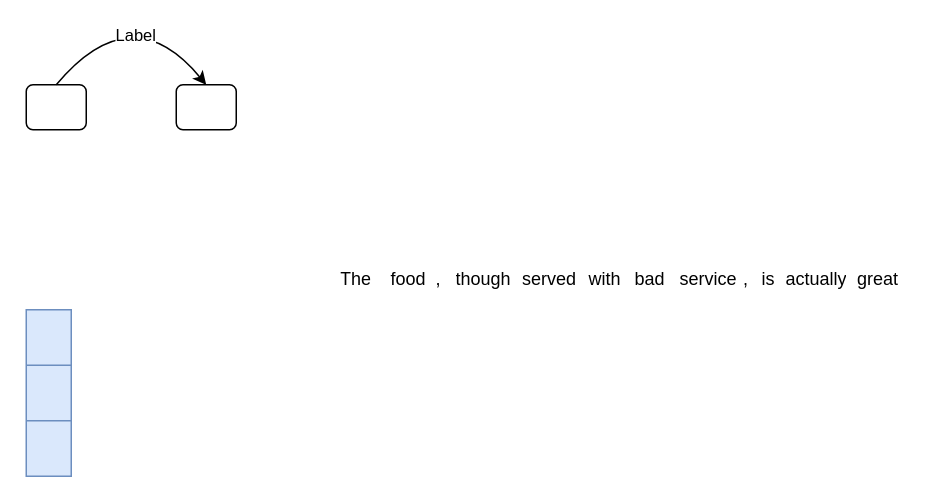
Before: Untitled Diagram.drawio in zhaicao/images, a draw.io diagram. Source tidied: cells renumbered, new cells numbered last; positions are measured from the earlier drawing's top-left corner, leaving out a move shared by most shapes. Both pictures are drawn from the tidied source at 150%, with x=0, y=0 at pixel (26, -6).
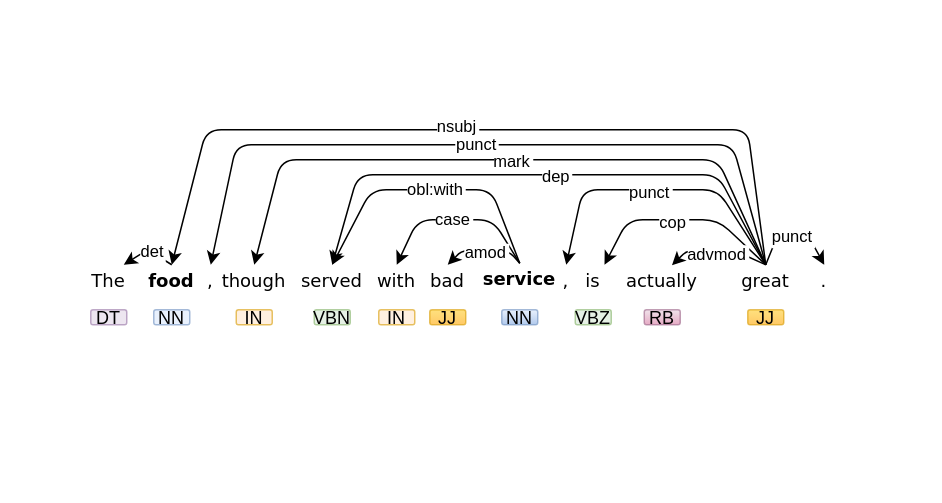
Above is the later version.

Diff of the diagram source:
```diff
@@
-    <mxCell id="2" style="rounded=1;whiteSpace=wrap;html=1;" parent="1" vertex="1">
-      <mxGeometry y="60" width="40" height="30" as="geometry" />
-    </mxCell>
-    <mxCell id="3" style="rounded=1;whiteSpace=wrap;html=1;" parent="1" vertex="1">
-      <mxGeometry x="100" y="60" width="40" height="30" as="geometry" />
-    </mxCell>
-    <mxCell id="4" style="endArrow=classic;html=1;exitX=0.5;exitY=0;exitDx=0;exitDy=0;curved=1;entryX=0.5;entryY=0;entryDx=0;entryDy=0;" parent="1" edge="1" source="2" target="3">
-      <mxGeometry relative="1" as="geometry">
-        <Array as="points">
-          <mxPoint x="70" />
-        </Array>
-      </mxGeometry>
-    </mxCell>
-    <mxCell id="5" value="Label" style="edgeLabel;html=1;align=center;verticalAlign=middle;" parent="4" vertex="1">
-      <mxGeometry relative="1" as="geometry">
-        <mxPoint x="3" y="27" as="offset" />
-      </mxGeometry>
-    </mxCell>
-    <mxCell id="6" style="shape=table;startSize=0;childLayout=tableLayout;fontSize=16;fillColor=#dae8fc;strokeColor=#6c8ebf;" parent="1" vertex="1">
-      <mxGeometry y="210" width="30" height="111" as="geometry" />
-    </mxCell>
-    <mxCell id="7" style="shape=tableRow;horizontal=0;startSize=0;swimlaneHead=0;swimlaneBody=0;strokeColor=inherit;top=0;left=0;bottom=0;right=0;fillColor=none;fontSize=16;" parent="6" vertex="1">
-      <mxGeometry width="30" height="37" as="geometry" />
-    </mxCell>
-    <mxCell id="8" style="shape=partialRectangle;html=1;whiteSpace=wrap;strokeColor=inherit;overflow=hidden;fillColor=none;top=0;left=0;bottom=0;right=0;fontSize=16;" parent="7" vertex="1">
-      <mxGeometry width="30" height="37" as="geometry" />
-    </mxCell>
-    <mxCell id="9" style="shape=tableRow;horizontal=0;startSize=0;swimlaneHead=0;swimlaneBody=0;strokeColor=inherit;top=0;left=0;bottom=0;right=0;fillColor=none;fontSize=16;" parent="6" vertex="1">
-      <mxGeometry y="37" width="30" height="37" as="geometry" />
-    </mxCell>
-    <mxCell id="10" style="shape=partialRectangle;html=1;whiteSpace=wrap;strokeColor=inherit;overflow=hidden;fillColor=none;top=0;left=0;bottom=0;right=0;fontSize=16;" parent="9" vertex="1">
-      <mxGeometry width="30" height="37" as="geometry" />
-    </mxCell>
-    <mxCell id="11" style="shape=tableRow;horizontal=0;startSize=0;swimlaneHead=0;swimlaneBody=0;strokeColor=inherit;top=0;left=0;bottom=0;right=0;fillColor=none;fontSize=16;" parent="6" vertex="1">
-      <mxGeometry y="74" width="30" height="37" as="geometry" />
-    </mxCell>
-    <mxCell id="12" style="shape=partialRectangle;html=1;whiteSpace=wrap;strokeColor=inherit;overflow=hidden;fillColor=none;top=0;left=0;bottom=0;right=0;fontSize=16;" parent="11" vertex="1">
-      <mxGeometry width="30" height="37" as="geometry" />
-    </mxCell>
-    <mxCell id="13" value="The" style="text;html=1;strokeColor=none;fillColor=none;align=center;verticalAlign=middle;whiteSpace=wrap;overflow=hidden;" parent="1" vertex="1">
-      <mxGeometry x="200" y="180" width="40" height="20" as="geometry" />
+    <mxCell id="13" value="The" style="text;strokeColor=none;fillColor=none;align=center;verticalAlign=middle;overflow=hidden;fontFamily=Verdana;" parent="1" vertex="1">
+      <mxGeometry x="35" y="180" width="40" height="20" as="geometry" />
     </mxCell>
-    <mxCell id="14" value="food" style="text;html=1;strokeColor=none;fillColor=none;align=center;verticalAlign=middle;whiteSpace=wrap;overflow=hidden;" parent="1" vertex="1">
-      <mxGeometry x="230" y="180" width="50" height="20" as="geometry" />
+    <mxCell id="14" value="food" style="text;strokeColor=none;fillColor=none;align=center;verticalAlign=middle;overflow=hidden;fontFamily=Verdana;fontStyle=1;" parent="1" vertex="1">
+      <mxGeometry x="72" y="180" width="50" height="20" as="geometry" />
     </mxCell>
-    <mxCell id="15" value="though" style="text;html=1;strokeColor=none;fillColor=none;align=center;verticalAlign=middle;whiteSpace=wrap;overflow=hidden;" parent="1" vertex="1">
-      <mxGeometry x="280" y="180" width="50" height="20" as="geometry" />
+    <mxCell id="15" value="though" style="text;strokeColor=none;fillColor=none;align=center;verticalAlign=middle;overflow=hidden;fontFamily=Verdana;" parent="1" vertex="1">
+      <mxGeometry x="127" y="180" width="50" height="20" as="geometry" />
     </mxCell>
-    <mxCell id="16" value="served" style="text;html=1;strokeColor=none;fillColor=none;align=center;verticalAlign=middle;whiteSpace=wrap;overflow=hidden;" parent="1" vertex="1">
-      <mxGeometry x="324" y="180" width="50" height="20" as="geometry" />
+    <mxCell id="16" value="served" style="text;strokeColor=none;fillColor=none;align=center;verticalAlign=middle;overflow=hidden;fontFamily=Verdana;" parent="1" vertex="1">
+      <mxGeometry x="179" y="180" width="50" height="20" as="geometry" />
     </mxCell>
-    <mxCell id="17" value="with" style="text;html=1;strokeColor=none;fillColor=none;align=center;verticalAlign=middle;whiteSpace=wrap;overflow=hidden;" parent="1" vertex="1">
-      <mxGeometry x="361" y="180" width="50" height="20" as="geometry" />
+    <mxCell id="17" value="with" style="text;strokeColor=none;fillColor=none;align=center;verticalAlign=middle;overflow=hidden;fontFamily=Verdana;" parent="1" vertex="1">
+      <mxGeometry x="222" y="180" width="50" height="20" as="geometry" />
     </mxCell>
-    <mxCell id="18" value="bad" style="text;html=1;strokeColor=none;fillColor=none;align=center;verticalAlign=middle;whiteSpace=wrap;overflow=hidden;" parent="1" vertex="1">
-      <mxGeometry x="391" y="180" width="50" height="20" as="geometry" />
+    <mxCell id="18" value="bad" style="text;strokeColor=none;fillColor=none;align=center;verticalAlign=middle;overflow=hidden;fontFamily=Verdana;" parent="1" vertex="1">
+      <mxGeometry x="256" y="180" width="50" height="20" as="geometry" />
     </mxCell>
-    <mxCell id="19" value="service" style="text;html=1;strokeColor=none;fillColor=none;align=center;verticalAlign=middle;whiteSpace=wrap;overflow=hidden;" parent="1" vertex="1">
-      <mxGeometry x="430" y="180" width="50" height="20" as="geometry" />
+    <mxCell id="19" value="service" style="text;strokeColor=none;fillColor=none;align=center;verticalAlign=middle;overflow=hidden;fontFamily=Verdana;fontStyle=1;" parent="1" vertex="1">
+      <mxGeometry x="304" y="179" width="50" height="20" as="geometry" />
     </mxCell>
-    <mxCell id="20" value="is" style="text;html=1;strokeColor=none;fillColor=none;align=center;verticalAlign=middle;whiteSpace=wrap;overflow=hidden;" parent="1" vertex="1">
-      <mxGeometry x="480" y="180" width="30" height="20" as="geometry" />
+    <mxCell id="20" value="is" style="text;strokeColor=none;fillColor=none;align=center;verticalAlign=middle;overflow=hidden;fontFamily=Verdana;" parent="1" vertex="1">
+      <mxGeometry x="363" y="180" width="30" height="20" as="geometry" />
     </mxCell>
-    <mxCell id="21" value="actually" style="text;html=1;strokeColor=none;fillColor=none;align=center;verticalAlign=middle;whiteSpace=wrap;overflow=hidden;" parent="1" vertex="1">
-      <mxGeometry x="502" y="180" width="50" height="20" as="geometry" />
+    <mxCell id="21" value="actually" style="text;strokeColor=none;fillColor=none;align=center;verticalAlign=middle;overflow=hidden;fontFamily=Verdana;" parent="1" vertex="1">
+      <mxGeometry x="399" y="180" width="50" height="20" as="geometry" />
     </mxCell>
-    <mxCell id="22" value="great" style="text;html=1;strokeColor=none;fillColor=none;align=center;verticalAlign=middle;whiteSpace=wrap;overflow=hidden;" parent="1" vertex="1">
-      <mxGeometry x="543" y="180" width="50" height="20" as="geometry" />
+    <mxCell id="22" value="great" style="text;strokeColor=none;fillColor=none;align=center;verticalAlign=middle;overflow=hidden;fontFamily=Verdana;" parent="1" vertex="1">
+      <mxGeometry x="468" y="180" width="50" height="20" as="geometry" />
     </mxCell>
-    <mxCell id="23" value="," style="text;html=1;strokeColor=none;fillColor=none;align=center;verticalAlign=middle;whiteSpace=wrap;overflow=hidden;" parent="1" vertex="1">
-      <mxGeometry x="470" y="180" width="20" height="20" as="geometry" />
+    <mxCell id="23" value="," style="text;strokeColor=none;fillColor=none;align=center;verticalAlign=middle;overflow=hidden;fontFamily=Verdana;" parent="1" vertex="1">
+      <mxGeometry x="350" y="180" width="20" height="20" as="geometry" />
     </mxCell>
-    <mxCell id="24" value="," style="text;html=1;strokeColor=none;fillColor=none;align=center;verticalAlign=middle;whiteSpace=wrap;overflow=hidden;" parent="1" vertex="1">
-      <mxGeometry x="265" y="180" width="20" height="20" as="geometry" />
+    <mxCell id="24" value="," style="text;strokeColor=none;fillColor=none;align=center;verticalAlign=middle;overflow=hidden;fontFamily=Verdana;" parent="1" vertex="1">
+      <mxGeometry x="113" y="180" width="20" height="20" as="geometry" />
     </mxCell>
+    <mxCell id="25" value="." style="text;strokeColor=none;fillColor=none;align=center;verticalAlign=middle;overflow=hidden;fontFamily=Verdana;" parent="1" vertex="1">
+      <mxGeometry x="522" y="180" width="20" height="20" as="geometry" />
+    </mxCell>
+    <mxCell id="26" style="endArrow=classic;entryX=0.75;entryY=0;entryDx=0;entryDy=0;rounded=1;exitX=0.5;exitY=0;exitDx=0;exitDy=0;" parent="1" edge="1" source="14" target="13">
+      <mxGeometry relative="1" as="geometry">
+        <Array as="points">
+          <mxPoint x="81" y="170" />
+        </Array>
+      </mxGeometry>
+    </mxCell>
+    <mxCell id="27" value="det" style="edgeLabel;align=center;verticalAlign=middle;" parent="26" vertex="1">
+      <mxGeometry relative="1" as="geometry">
+        <mxPoint x="3" as="offset" />
+      </mxGeometry>
+    </mxCell>
+    <mxCell id="28" style="endArrow=classic;entryX=0.5;entryY=0;entryDx=0;entryDy=0;rounded=1;exitX=0.5;exitY=0;exitDx=0;exitDy=0;" parent="1" edge="1" source="22" target="14">
+      <mxGeometry relative="1" as="geometry">
+        <Array as="points">
+          <mxPoint x="481" y="90" />
+          <mxPoint x="281" y="90" />
+          <mxPoint x="120" y="90" />
+        </Array>
+      </mxGeometry>
+    </mxCell>
+    <mxCell id="29" value="nsubj" style="edgeLabel;align=center;verticalAlign=middle;" parent="28" vertex="1">
+      <mxGeometry relative="1" as="geometry">
+        <mxPoint x="-13" y="-3" as="offset" />
+      </mxGeometry>
+    </mxCell>
+    <mxCell id="30" style="endArrow=classic;rounded=1;exitX=0.5;exitY=0;exitDx=0;exitDy=0;entryX=0.5;entryY=0;entryDx=0;entryDy=0;" parent="1" edge="1" source="22" target="24">
+      <mxGeometry relative="1" as="geometry">
+        <Array as="points">
+          <mxPoint x="471" y="100" />
+          <mxPoint x="140" y="100" />
+        </Array>
+      </mxGeometry>
+    </mxCell>
+    <mxCell id="31" value="punct" style="edgeLabel;align=center;verticalAlign=middle;" parent="30" vertex="1">
+      <mxGeometry relative="1" as="geometry">
+        <mxPoint x="-6" y="-1" as="offset" />
+      </mxGeometry>
+    </mxCell>
+    <mxCell id="32" style="endArrow=classic;rounded=1;exitX=0.5;exitY=0;exitDx=0;exitDy=0;entryX=0.5;entryY=0;entryDx=0;entryDy=0;" parent="1" edge="1" source="22" target="15">
+      <mxGeometry relative="1" as="geometry">
+        <Array as="points">
+          <mxPoint x="461" y="110" />
+          <mxPoint x="170" y="110" />
+        </Array>
+      </mxGeometry>
+    </mxCell>
+    <mxCell id="33" style="endArrow=classic;rounded=1;exitX=0.5;exitY=0;exitDx=0;exitDy=0;entryX=0.5;entryY=0;entryDx=0;entryDy=0;" parent="1" edge="1" source="22" target="16">
+      <mxGeometry relative="1" as="geometry">
+        <Array as="points">
+          <mxPoint x="461" y="120" />
+          <mxPoint x="221" y="120" />
+        </Array>
+      </mxGeometry>
+    </mxCell>
+    <mxCell id="34" value="dep" style="edgeLabel;align=center;verticalAlign=middle;" parent="33" vertex="1">
+      <mxGeometry relative="1" as="geometry">
+        <mxPoint x="9" as="offset" />
+      </mxGeometry>
+    </mxCell>
+    <mxCell id="35" style="endArrow=classic;rounded=1;exitX=0.5;exitY=0;exitDx=0;exitDy=0;entryX=0.5;entryY=0;entryDx=0;entryDy=0;" parent="1" edge="1" source="19" target="16">
+      <mxGeometry relative="1" as="geometry">
+        <Array as="points">
+          <mxPoint x="310" y="130" />
+          <mxPoint x="281" y="130" />
+          <mxPoint x="230" y="130" />
+        </Array>
+      </mxGeometry>
+    </mxCell>
+    <mxCell id="36" value="obl:with" style="edgeLabel;align=center;verticalAlign=middle;" parent="35" vertex="1">
+      <mxGeometry relative="1" as="geometry">
+        <mxPoint x="4" y="-1" as="offset" />
+      </mxGeometry>
+    </mxCell>
+    <mxCell id="37" style="endArrow=classic;rounded=1;exitX=0.5;exitY=0;exitDx=0;exitDy=0;entryX=0.5;entryY=0;entryDx=0;entryDy=0;" parent="1" edge="1" source="19" target="17">
+      <mxGeometry relative="1" as="geometry">
+        <Array as="points">
+          <mxPoint x="311" y="150" />
+          <mxPoint x="261" y="150" />
+        </Array>
+      </mxGeometry>
+    </mxCell>
+    <mxCell id="38" value="case" style="edgeLabel;align=center;verticalAlign=middle;" parent="37" vertex="1">
+      <mxGeometry relative="1" as="geometry">
+        <mxPoint x="-2" y="-1" as="offset" />
+      </mxGeometry>
+    </mxCell>
+    <mxCell id="39" style="endArrow=classic;rounded=1;exitX=0.5;exitY=0;exitDx=0;exitDy=0;entryX=0.5;entryY=0;entryDx=0;entryDy=0;" parent="1" edge="1" source="19" target="18">
+      <mxGeometry relative="1" as="geometry">
+        <Array as="points">
+          <mxPoint x="321" y="170" />
+          <mxPoint x="291" y="170" />
+        </Array>
+      </mxGeometry>
+    </mxCell>
+    <mxCell id="40" value="amod" style="edgeLabel;align=center;verticalAlign=middle;" parent="39" vertex="1">
+      <mxGeometry relative="1" as="geometry">
+        <mxPoint x="1" y="1" as="offset" />
+      </mxGeometry>
+    </mxCell>
+    <mxCell id="41" style="endArrow=classic;rounded=1;exitX=0.5;exitY=0;exitDx=0;exitDy=0;entryX=0.5;entryY=0;entryDx=0;entryDy=0;" parent="1" edge="1" source="22" target="23">
+      <mxGeometry relative="1" as="geometry">
+        <Array as="points">
+          <mxPoint x="461" y="130" />
+          <mxPoint x="401" y="130" />
+          <mxPoint x="371" y="130" />
+        </Array>
+      </mxGeometry>
+    </mxCell>
+    <mxCell id="42" value="punct" style="edgeLabel;align=center;verticalAlign=middle;" parent="41" vertex="1">
+      <mxGeometry relative="1" as="geometry">
+        <mxPoint x="-5" y="1" as="offset" />
+      </mxGeometry>
+    </mxCell>
+    <mxCell id="43" style="endArrow=classic;rounded=1;entryX=0.75;entryY=0;entryDx=0;entryDy=0;exitX=0.5;exitY=0;exitDx=0;exitDy=0;" parent="1" edge="1" source="22" target="20">
+      <mxGeometry relative="1" as="geometry">
+        <Array as="points">
+          <mxPoint x="461" y="150" />
+          <mxPoint x="401" y="150" />
+        </Array>
+      </mxGeometry>
+    </mxCell>
+    <mxCell id="44" value="cop" style="edgeLabel;align=center;verticalAlign=middle;" parent="43" vertex="1">
+      <mxGeometry relative="1" as="geometry">
+        <mxPoint x="-5" y="1" as="offset" />
+      </mxGeometry>
+    </mxCell>
+    <mxCell id="45" style="endArrow=classic;rounded=1;exitX=0.5;exitY=0;exitDx=0;exitDy=0;entryX=0.629;entryY=0.02;entryDx=0;entryDy=0;entryPerimeter=0;" parent="1" edge="1" source="22" target="21">
+      <mxGeometry relative="1" as="geometry">
+        <Array as="points">
+          <mxPoint x="471" y="170" />
+          <mxPoint x="441" y="170" />
+        </Array>
+      </mxGeometry>
+    </mxCell>
+    <mxCell id="46" value="advmod" style="edgeLabel;align=center;verticalAlign=middle;" parent="45" vertex="1">
+      <mxGeometry relative="1" as="geometry">
+        <mxPoint x="-1" y="2" as="offset" />
+      </mxGeometry>
+    </mxCell>
+    <mxCell id="47" style="endArrow=classic;rounded=1;exitX=0.5;exitY=0;exitDx=0;exitDy=0;entryX=0.5;entryY=0;entryDx=0;entryDy=0;" parent="1" edge="1" source="22" target="25">
+      <mxGeometry relative="1" as="geometry">
+        <Array as="points">
+          <mxPoint x="501" y="160" />
+          <mxPoint x="521" y="160" />
+        </Array>
+      </mxGeometry>
+    </mxCell>
+    <mxCell id="48" value="punct" style="edgeLabel;align=center;verticalAlign=middle;" parent="47" vertex="1">
+      <mxGeometry relative="1" as="geometry">
+        <mxPoint x="-1" as="offset" />
+      </mxGeometry>
+    </mxCell>
+    <mxCell id="49" value="DT" style="rounded=1;opacity=60;fillColor=#e1d5e7;strokeColor=#9673a6;" parent="1" vertex="1">
+      <mxGeometry x="43" y="210" width="24" height="10" as="geometry" />
+    </mxCell>
+    <mxCell id="50" value="JJ" style="rounded=1;opacity=60;fillColor=#ffcd28;strokeColor=#d79b00;gradientColor=#ffa500;" parent="1" vertex="1">
+      <mxGeometry x="269" y="210" width="24" height="10" as="geometry" />
+    </mxCell>
+    <mxCell id="51" value="NN" style="rounded=1;opacity=60;fillColor=#dae8fc;strokeColor=#6c8ebf;" parent="1" vertex="1">
+      <mxGeometry x="85" y="210" width="24" height="10" as="geometry" />
+    </mxCell>
+    <mxCell id="52" value="IN" style="rounded=1;opacity=60;fillColor=#ffe6cc;strokeColor=#d79b00;" parent="1" vertex="1">
+      <mxGeometry x="140" y="210" width="24" height="10" as="geometry" />
+    </mxCell>
+    <mxCell id="53" value="VBN" style="rounded=1;opacity=60;fillColor=#d5e8d4;strokeColor=#82b366;" parent="1" vertex="1">
+      <mxGeometry x="192" y="210" width="24" height="10" as="geometry" />
+    </mxCell>
+    <mxCell id="54" value="IN" style="rounded=1;opacity=60;fillColor=#ffe6cc;strokeColor=#d79b00;" parent="1" vertex="1">
+      <mxGeometry x="235" y="210" width="24" height="10" as="geometry" />
+    </mxCell>
+    <mxCell id="55" value="JJ" style="rounded=1;opacity=60;fillColor=#ffcd28;strokeColor=#d79b00;gradientColor=#ffa500;" parent="1" vertex="1">
+      <mxGeometry x="481" y="210" width="24" height="10" as="geometry" />
+    </mxCell>
+    <mxCell id="56" value="NN" style="rounded=1;opacity=60;fillColor=#dae8fc;strokeColor=#6c8ebf;gradientColor=#7ea6e0;" parent="1" vertex="1">
+      <mxGeometry x="317" y="210" width="24" height="10" as="geometry" />
+    </mxCell>
+    <mxCell id="57" value="VBZ" style="rounded=1;opacity=60;fillColor=#d5e8d4;strokeColor=#82b366;" parent="1" vertex="1">
+      <mxGeometry x="366" y="210" width="24" height="10" as="geometry" />
+    </mxCell>
+    <mxCell id="58" value="RB" style="rounded=1;opacity=60;fillColor=#e6d0de;strokeColor=#996185;gradientColor=#d5739d;" parent="1" vertex="1">
+      <mxGeometry x="412" y="210" width="24" height="10" as="geometry" />
+    </mxCell>
+    <mxCell id="59" value="mark" style="edgeLabel;align=center;verticalAlign=middle;" parent="1" vertex="1">
+      <mxGeometry x="322.5" y="112" as="geometry">
+        <mxPoint x="1" y="-2" as="offset" />
+      </mxGeometry>
+    </mxCell>
```
